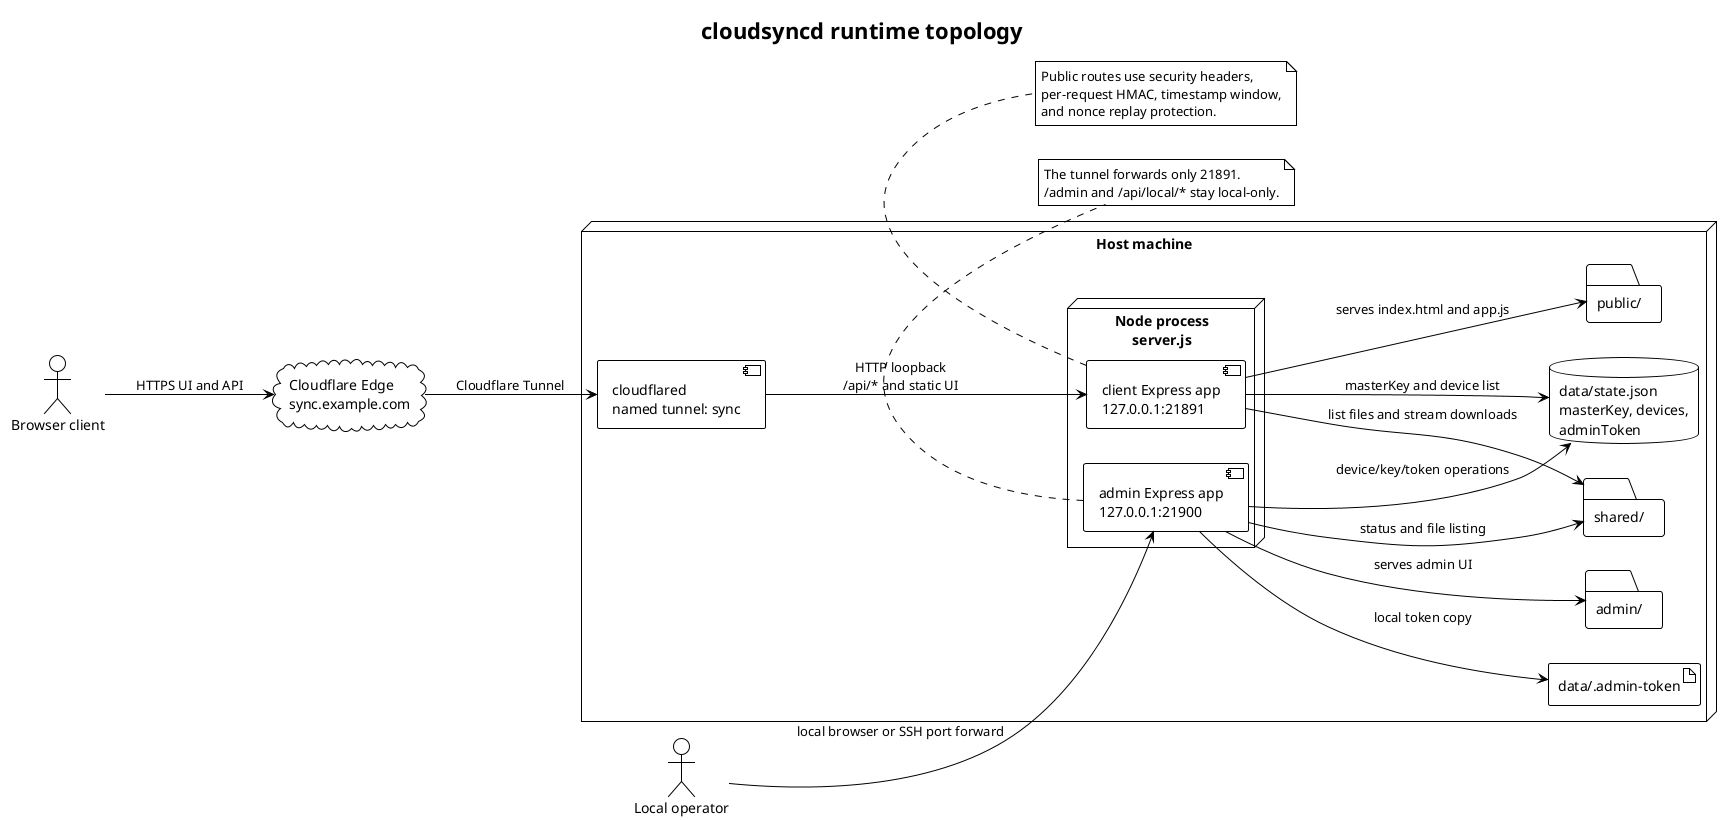
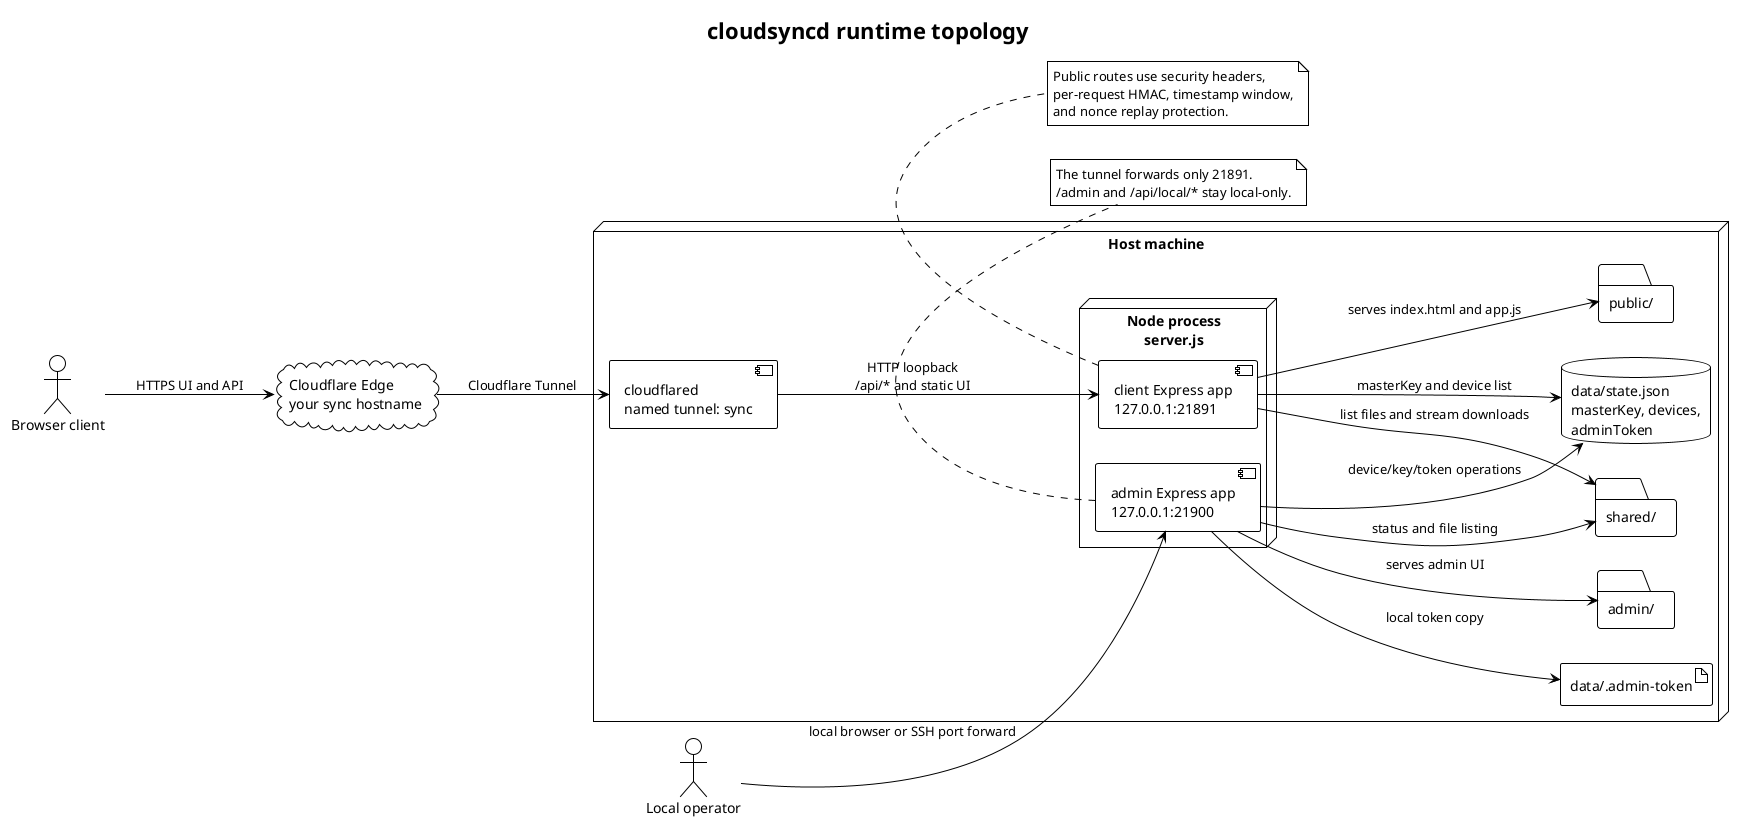
@startuml
!theme plain
left to right direction

title cloudsyncd runtime topology

actor "Browser client" as Browser
actor "Local operator" as Operator
- cloud "Cloudflare Edge\nsync.example.com" as Edge
+ cloud "Cloudflare Edge\nyour sync hostname" as Edge

node "Host machine" as Host {
  component "cloudflared\nnamed tunnel: sync" as Tunnel

  node "Node process\nserver.js" as Node {
    component "client Express app\n127.0.0.1:21891" as ClientApp
    component "admin Express app\n127.0.0.1:21900" as AdminApp
  }

  folder "public/" as PublicDir
  folder "admin/" as AdminDir
  folder "shared/" as SharedDir
  database "data/state.json\nmasterKey, devices,\nadminToken" as State
  artifact "data/.admin-token" as TokenFile
}

Browser --> Edge : HTTPS UI and API
Edge --> Tunnel : Cloudflare Tunnel
Tunnel --> ClientApp : HTTP loopback\n/api/* and static UI

ClientApp --> PublicDir : serves index.html and app.js
ClientApp --> SharedDir : list files and stream downloads
ClientApp --> State : masterKey and device list

Operator --> AdminApp : local browser or SSH port forward
AdminApp --> AdminDir : serves admin UI
AdminApp --> State : device/key/token operations
AdminApp --> SharedDir : status and file listing
AdminApp --> TokenFile : local token copy

note bottom of AdminApp
  The tunnel forwards only 21891.
  /admin and /api/local/* stay local-only.
end note

note bottom of ClientApp
  Public routes use security headers,
  per-request HMAC, timestamp window,
  and nonce replay protection.
end note

@enduml
